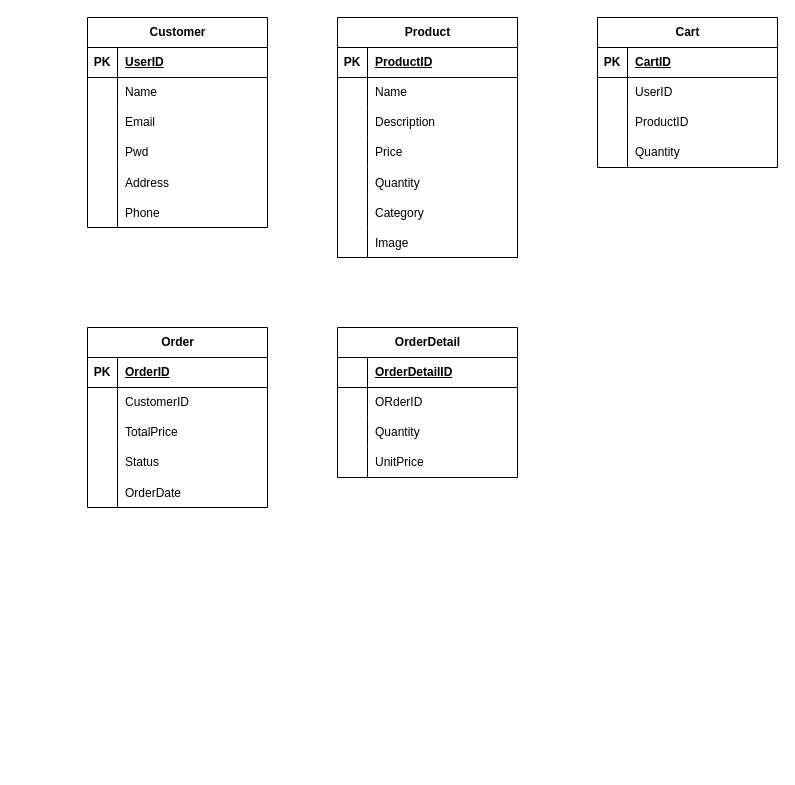
Before: shopping/쇼핑.drawio in JDanmuji/nerdia-diagram, a draw.io diagram. Source tidied: cells renumbered, new cells numbered last; positions are measured from the earlier drawing's top-left corner, leaving out a move shared by most shapes. Both pictures are drawn from the tidied source at 100%, with x=0, y=0 at pixel (87, 17).
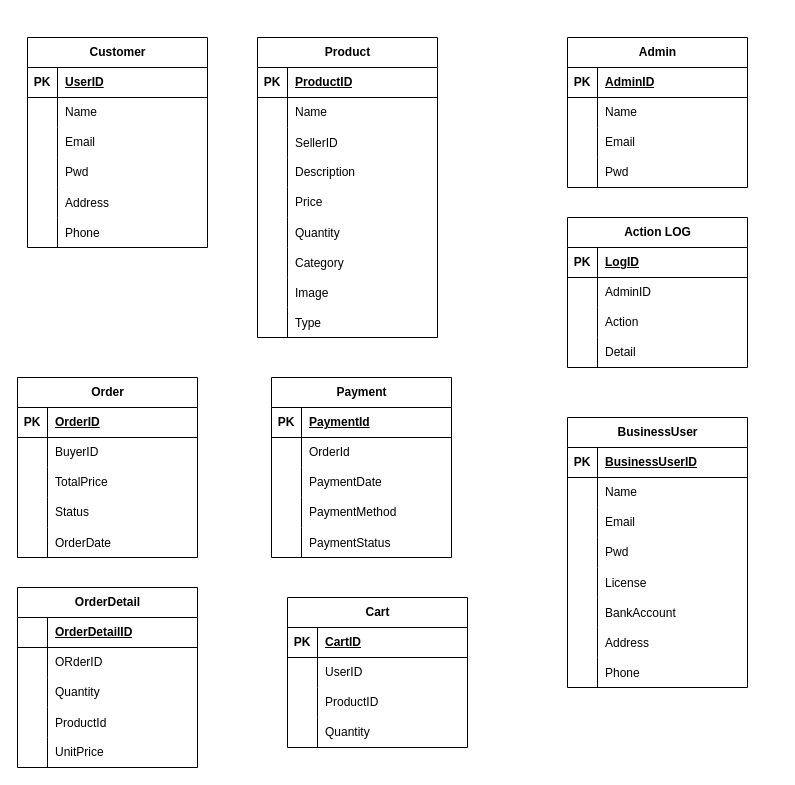
Above is the later version.

Commit message:
쇼핑.drawio 업데이트

The change refers to these unchanged cells:
```xml
<mxCell id="60" style="shape=tableRow;horizontal=0;startSize=0;swimlaneHead=0;swimlaneBody=0;fillColor=none;top=0;left=0;right=0;bottom=0;" parent="56" vertex="1">
  <mxGeometry y="60" width="180" height="30" as="geometry" />
</mxCell>
```

Change to the diagram source:
```diff
@@
     <mxCell id="2" value="Customer" style="shape=table;startSize=30;childLayout=tableLayout;rowLines=0;fontStyle=1;align=center;html=1;" parent="1" vertex="1">
-      <mxGeometry width="180" height="210" as="geometry" />
+      <mxGeometry x="-60" y="20" width="180" height="210" as="geometry" />
     </mxCell>
@@
     <mxCell id="21" value="Product" style="shape=table;startSize=30;childLayout=tableLayout;rowLines=0;fontStyle=1;align=center;html=1;" parent="1" vertex="1">
-      <mxGeometry x="250" width="180" height="240" as="geometry" />
+      <mxGeometry x="170" y="20" width="180" height="300" as="geometry" />
     </mxCell>
@@
+    <mxCell id="85" style="shape=tableRow;horizontal=0;startSize=0;swimlaneHead=0;swimlaneBody=0;fillColor=none;top=0;left=0;right=0;bottom=0;" parent="21" vertex="1">
+      <mxGeometry y="90" width="180" height="30" as="geometry" />
+    </mxCell>
+    <mxCell id="86" style="shape=partialRectangle;fillColor=none;top=0;left=0;bottom=0;right=0;overflow=hidden;" parent="85" vertex="1">
+      <mxGeometry width="30" height="30" as="geometry" />
+    </mxCell>
+    <mxCell id="87" value="SellerID" style="shape=partialRectangle;fillColor=none;top=0;left=0;bottom=0;right=0;align=left;spacingLeft=6;overflow=hidden;" parent="85" vertex="1">
+      <mxGeometry x="30" width="150" height="30" as="geometry" />
+    </mxCell>
     <mxCell id="28" style="shape=tableRow;horizontal=0;startSize=0;swimlaneHead=0;swimlaneBody=0;fillColor=none;top=0;left=0;right=0;bottom=0;" parent="21" vertex="1">
-      <mxGeometry y="90" width="180" height="30" as="geometry" />
+      <mxGeometry y="120" width="180" height="30" as="geometry" />
     </mxCell>
@@
     <mxCell id="31" style="shape=tableRow;horizontal=0;startSize=0;swimlaneHead=0;swimlaneBody=0;fillColor=none;top=0;left=0;right=0;bottom=0;" parent="21" vertex="1">
-      <mxGeometry y="120" width="180" height="30" as="geometry" />
+      <mxGeometry y="150" width="180" height="30" as="geometry" />
     </mxCell>
@@
     <mxCell id="34" style="shape=tableRow;horizontal=0;startSize=0;swimlaneHead=0;swimlaneBody=0;fillColor=none;top=0;left=0;right=0;bottom=0;" parent="21" vertex="1">
-      <mxGeometry y="150" width="180" height="30" as="geometry" />
+      <mxGeometry y="180" width="180" height="30" as="geometry" />
     </mxCell>
@@
     <mxCell id="37" style="shape=tableRow;horizontal=0;startSize=0;swimlaneHead=0;swimlaneBody=0;fillColor=none;top=0;left=0;right=0;bottom=0;" parent="21" vertex="1">
-      <mxGeometry y="180" width="180" height="30" as="geometry" />
+      <mxGeometry y="210" width="180" height="30" as="geometry" />
     </mxCell>
@@
     <mxCell id="40" style="shape=tableRow;horizontal=0;startSize=0;swimlaneHead=0;swimlaneBody=0;fillColor=none;top=0;left=0;right=0;bottom=0;" parent="21" vertex="1">
-      <mxGeometry y="210" width="180" height="30" as="geometry" />
+      <mxGeometry y="240" width="180" height="30" as="geometry" />
     </mxCell>
@@
+    <mxCell id="88" style="shape=tableRow;horizontal=0;startSize=0;swimlaneHead=0;swimlaneBody=0;fillColor=none;top=0;left=0;right=0;bottom=0;" parent="21" vertex="1">
+      <mxGeometry y="270" width="180" height="30" as="geometry" />
+    </mxCell>
+    <mxCell id="89" style="shape=partialRectangle;fillColor=none;top=0;left=0;bottom=0;right=0;overflow=hidden;" parent="88" vertex="1">
+      <mxGeometry width="30" height="30" as="geometry" />
+    </mxCell>
+    <mxCell id="90" value="Type" style="shape=partialRectangle;fillColor=none;top=0;left=0;bottom=0;right=0;align=left;spacingLeft=6;overflow=hidden;" parent="88" vertex="1">
+      <mxGeometry x="30" width="150" height="30" as="geometry" />
+    </mxCell>
     <mxCell id="43" value="Cart" style="shape=table;startSize=30;childLayout=tableLayout;rowLines=0;fontStyle=1;align=center;html=1;" parent="1" vertex="1">
-      <mxGeometry x="510" width="180" height="150" as="geometry" />
+      <mxGeometry x="200" y="580" width="180" height="150" as="geometry" />
     </mxCell>
@@
     <mxCell id="56" value="Order" style="shape=table;startSize=30;childLayout=tableLayout;rowLines=0;fontStyle=1;align=center;html=1;" parent="1" vertex="1">
-      <mxGeometry y="310" width="180" height="180" as="geometry" />
+      <mxGeometry x="-70" y="360" width="180" height="180" as="geometry" />
     </mxCell>
@@
-    <mxCell id="62" value="CustomerID" style="shape=partialRectangle;fillColor=none;top=0;left=0;bottom=0;right=0;align=left;spacingLeft=6;overflow=hidden;whiteSpace=wrap;html=1;" parent="60" vertex="1">
+    <mxCell id="62" value="BuyerID" style="shape=partialRectangle;fillColor=none;top=0;left=0;bottom=0;right=0;align=left;spacingLeft=6;overflow=hidden;whiteSpace=wrap;html=1;" parent="60" vertex="1">
       <mxGeometry x="30" width="150" height="30" as="geometry" />
     </mxCell>
@@
     <mxCell id="72" value="OrderDetail" style="shape=table;startSize=30;childLayout=tableLayout;rowLines=0;fontStyle=1;align=center;html=1;" parent="1" vertex="1">
-      <mxGeometry x="250" y="310" width="180" height="150" as="geometry" />
+      <mxGeometry x="-70" y="570" width="180" height="180" as="geometry" />
     </mxCell>
@@
+    <mxCell id="91" style="shape=tableRow;horizontal=0;startSize=0;swimlaneHead=0;swimlaneBody=0;fillColor=none;top=0;left=0;right=0;bottom=0;" parent="72" vertex="1">
+      <mxGeometry y="120" width="180" height="30" as="geometry" />
+    </mxCell>
+    <mxCell id="92" style="shape=partialRectangle;fillColor=none;top=0;left=0;bottom=0;right=0;overflow=hidden;" parent="91" vertex="1">
+      <mxGeometry width="30" height="30" as="geometry" />
+    </mxCell>
+    <mxCell id="93" value="ProductId" style="shape=partialRectangle;fillColor=none;top=0;left=0;bottom=0;right=0;align=left;spacingLeft=6;overflow=hidden;" parent="91" vertex="1">
+      <mxGeometry x="30" width="150" height="30" as="geometry" />
+    </mxCell>
     <mxCell id="82" style="shape=tableRow;horizontal=0;startSize=0;swimlaneHead=0;swimlaneBody=0;fillColor=none;top=0;left=0;right=0;bottom=0;" parent="72" vertex="1">
-      <mxGeometry y="120" width="180" height="30" as="geometry" />
+      <mxGeometry y="150" width="180" height="30" as="geometry" />
     </mxCell>
@@
+    <mxCell id="94" value="Admin" style="shape=table;startSize=30;childLayout=tableLayout;rowLines=0;fontStyle=1;align=center;html=1;" parent="1" vertex="1">
+      <mxGeometry x="480" y="20" width="180" height="150" as="geometry" />
+    </mxCell>
+    <mxCell id="95" style="shape=tableRow;horizontal=0;startSize=0;swimlaneHead=0;swimlaneBody=0;fillColor=none;top=0;left=0;right=0;bottom=1;" parent="94" vertex="1">
+      <mxGeometry y="30" width="180" height="30" as="geometry" />
+    </mxCell>
+    <mxCell id="96" value="PK" style="shape=partialRectangle;fillColor=none;top=0;left=0;bottom=0;right=0;fontStyle=1;overflow=hidden;whiteSpace=wrap;html=1;" parent="95" vertex="1">
+      <mxGeometry width="30" height="30" as="geometry" />
+    </mxCell>
+    <mxCell id="97" value="AdminID" style="shape=partialRectangle;fillColor=none;top=0;left=0;bottom=0;right=0;align=left;spacingLeft=6;fontStyle=5;overflow=hidden;whiteSpace=wrap;html=1;" parent="95" vertex="1">
+      <mxGeometry x="30" width="150" height="30" as="geometry" />
+    </mxCell>
+    <mxCell id="98" style="shape=tableRow;horizontal=0;startSize=0;swimlaneHead=0;swimlaneBody=0;fillColor=none;top=0;left=0;right=0;bottom=0;" parent="94" vertex="1">
+      <mxGeometry y="60" width="180" height="30" as="geometry" />
+    </mxCell>
+    <mxCell id="99" style="shape=partialRectangle;fillColor=none;top=0;left=0;bottom=0;right=0;overflow=hidden;whiteSpace=wrap;html=1;" parent="98" vertex="1">
+      <mxGeometry width="30" height="30" as="geometry" />
+    </mxCell>
+    <mxCell id="100" value="Name" style="shape=partialRectangle;fillColor=none;top=0;left=0;bottom=0;right=0;align=left;spacingLeft=6;overflow=hidden;whiteSpace=wrap;html=1;" parent="98" vertex="1">
+      <mxGeometry x="30" width="150" height="30" as="geometry" />
+    </mxCell>
+    <mxCell id="101" style="shape=tableRow;horizontal=0;startSize=0;swimlaneHead=0;swimlaneBody=0;fillColor=none;top=0;left=0;right=0;bottom=0;" parent="94" vertex="1">
+      <mxGeometry y="90" width="180" height="30" as="geometry" />
+    </mxCell>
+    <mxCell id="102" style="shape=partialRectangle;fillColor=none;top=0;left=0;bottom=0;right=0;overflow=hidden;whiteSpace=wrap;html=1;" parent="101" vertex="1">
+      <mxGeometry width="30" height="30" as="geometry" />
+    </mxCell>
+    <mxCell id="103" value="Email" style="shape=partialRectangle;fillColor=none;top=0;left=0;bottom=0;right=0;align=left;spacingLeft=6;overflow=hidden;whiteSpace=wrap;html=1;" parent="101" vertex="1">
+      <mxGeometry x="30" width="150" height="30" as="geometry" />
+    </mxCell>
+    <mxCell id="104" style="shape=tableRow;horizontal=0;startSize=0;swimlaneHead=0;swimlaneBody=0;fillColor=none;top=0;left=0;right=0;bottom=0;" parent="94" vertex="1">
+      <mxGeometry y="120" width="180" height="30" as="geometry" />
+    </mxCell>
+    <mxCell id="105" style="shape=partialRectangle;fillColor=none;top=0;left=0;bottom=0;right=0;overflow=hidden;whiteSpace=wrap;html=1;" parent="104" vertex="1">
+      <mxGeometry width="30" height="30" as="geometry" />
+    </mxCell>
+    <mxCell id="106" value="Pwd" style="shape=partialRectangle;fillColor=none;top=0;left=0;bottom=0;right=0;align=left;spacingLeft=6;overflow=hidden;whiteSpace=wrap;html=1;" parent="104" vertex="1">
+      <mxGeometry x="30" width="150" height="30" as="geometry" />
+    </mxCell>
+    <mxCell id="107" value="Action LOG" style="shape=table;startSize=30;childLayout=tableLayout;rowLines=0;fontStyle=1;align=center;html=1;" parent="1" vertex="1">
+      <mxGeometry x="480" y="200" width="180" height="150" as="geometry" />
+    </mxCell>
+    <mxCell id="108" style="shape=tableRow;horizontal=0;startSize=0;swimlaneHead=0;swimlaneBody=0;fillColor=none;top=0;left=0;right=0;bottom=1;" parent="107" vertex="1">
+      <mxGeometry y="30" width="180" height="30" as="geometry" />
+    </mxCell>
+    <mxCell id="109" value="PK" style="shape=partialRectangle;fillColor=none;top=0;left=0;bottom=0;right=0;fontStyle=1;overflow=hidden;whiteSpace=wrap;html=1;" parent="108" vertex="1">
+      <mxGeometry width="30" height="30" as="geometry" />
+    </mxCell>
+    <mxCell id="110" value="LogID" style="shape=partialRectangle;fillColor=none;top=0;left=0;bottom=0;right=0;align=left;spacingLeft=6;fontStyle=5;overflow=hidden;whiteSpace=wrap;html=1;" parent="108" vertex="1">
+      <mxGeometry x="30" width="150" height="30" as="geometry" />
+    </mxCell>
+    <mxCell id="111" style="shape=tableRow;horizontal=0;startSize=0;swimlaneHead=0;swimlaneBody=0;fillColor=none;top=0;left=0;right=0;bottom=0;" parent="107" vertex="1">
+      <mxGeometry y="60" width="180" height="30" as="geometry" />
+    </mxCell>
+    <mxCell id="112" style="shape=partialRectangle;fillColor=none;top=0;left=0;bottom=0;right=0;overflow=hidden;whiteSpace=wrap;html=1;" parent="111" vertex="1">
+      <mxGeometry width="30" height="30" as="geometry" />
+    </mxCell>
+    <mxCell id="113" value="AdminID" style="shape=partialRectangle;fillColor=none;top=0;left=0;bottom=0;right=0;align=left;spacingLeft=6;overflow=hidden;whiteSpace=wrap;html=1;" parent="111" vertex="1">
+      <mxGeometry x="30" width="150" height="30" as="geometry" />
+    </mxCell>
+    <mxCell id="114" style="shape=tableRow;horizontal=0;startSize=0;swimlaneHead=0;swimlaneBody=0;fillColor=none;top=0;left=0;right=0;bottom=0;" parent="107" vertex="1">
+      <mxGeometry y="90" width="180" height="30" as="geometry" />
+    </mxCell>
+    <mxCell id="115" style="shape=partialRectangle;fillColor=none;top=0;left=0;bottom=0;right=0;overflow=hidden;whiteSpace=wrap;html=1;" parent="114" vertex="1">
+      <mxGeometry width="30" height="30" as="geometry" />
+    </mxCell>
+    <mxCell id="116" value="Action" style="shape=partialRectangle;fillColor=none;top=0;left=0;bottom=0;right=0;align=left;spacingLeft=6;overflow=hidden;whiteSpace=wrap;html=1;" parent="114" vertex="1">
+      <mxGeometry x="30" width="150" height="30" as="geometry" />
+    </mxCell>
+    <mxCell id="117" style="shape=tableRow;horizontal=0;startSize=0;swimlaneHead=0;swimlaneBody=0;fillColor=none;top=0;left=0;right=0;bottom=0;" parent="107" vertex="1">
+      <mxGeometry y="120" width="180" height="30" as="geometry" />
+    </mxCell>
+    <mxCell id="118" style="shape=partialRectangle;fillColor=none;top=0;left=0;bottom=0;right=0;overflow=hidden;whiteSpace=wrap;html=1;" parent="117" vertex="1">
+      <mxGeometry width="30" height="30" as="geometry" />
+    </mxCell>
+    <mxCell id="119" value="Detail" style="shape=partialRectangle;fillColor=none;top=0;left=0;bottom=0;right=0;align=left;spacingLeft=6;overflow=hidden;whiteSpace=wrap;html=1;" parent="117" vertex="1">
+      <mxGeometry x="30" width="150" height="30" as="geometry" />
+    </mxCell>
+    <mxCell id="120" value="BusinessUser" style="shape=table;startSize=30;childLayout=tableLayout;rowLines=0;fontStyle=1;align=center;html=1;" parent="1" vertex="1">
+      <mxGeometry x="480" y="400" width="180" height="270" as="geometry" />
+    </mxCell>
+    <mxCell id="121" style="shape=tableRow;horizontal=0;startSize=0;swimlaneHead=0;swimlaneBody=0;fillColor=none;top=0;left=0;right=0;bottom=1;" parent="120" vertex="1">
+      <mxGeometry y="30" width="180" height="30" as="geometry" />
+    </mxCell>
+    <mxCell id="122" value="PK" style="shape=partialRectangle;fillColor=none;top=0;left=0;bottom=0;right=0;fontStyle=1;overflow=hidden;whiteSpace=wrap;html=1;" parent="121" vertex="1">
+      <mxGeometry width="30" height="30" as="geometry" />
+    </mxCell>
+    <mxCell id="123" value="&lt;span style=&quot;text-align: center; text-wrap: nowrap;&quot;&gt;BusinessUserID&lt;/span&gt;" style="shape=partialRectangle;fillColor=none;top=0;left=0;bottom=0;right=0;align=left;spacingLeft=6;fontStyle=5;overflow=hidden;whiteSpace=wrap;html=1;" parent="121" vertex="1">
+      <mxGeometry x="30" width="150" height="30" as="geometry" />
+    </mxCell>
+    <mxCell id="124" style="shape=tableRow;horizontal=0;startSize=0;swimlaneHead=0;swimlaneBody=0;fillColor=none;top=0;left=0;right=0;bottom=0;" parent="120" vertex="1">
+      <mxGeometry y="60" width="180" height="30" as="geometry" />
+    </mxCell>
+    <mxCell id="125" style="shape=partialRectangle;fillColor=none;top=0;left=0;bottom=0;right=0;overflow=hidden;whiteSpace=wrap;html=1;" parent="124" vertex="1">
+      <mxGeometry width="30" height="30" as="geometry" />
+    </mxCell>
+    <mxCell id="126" value="Name" style="shape=partialRectangle;fillColor=none;top=0;left=0;bottom=0;right=0;align=left;spacingLeft=6;overflow=hidden;whiteSpace=wrap;html=1;" parent="124" vertex="1">
+      <mxGeometry x="30" width="150" height="30" as="geometry" />
+    </mxCell>
+    <mxCell id="127" style="shape=tableRow;horizontal=0;startSize=0;swimlaneHead=0;swimlaneBody=0;fillColor=none;top=0;left=0;right=0;bottom=0;" parent="120" vertex="1">
+      <mxGeometry y="90" width="180" height="30" as="geometry" />
+    </mxCell>
+    <mxCell id="128" style="shape=partialRectangle;fillColor=none;top=0;left=0;bottom=0;right=0;overflow=hidden;whiteSpace=wrap;html=1;" parent="127" vertex="1">
+      <mxGeometry width="30" height="30" as="geometry" />
+    </mxCell>
+    <mxCell id="129" value="Email" style="shape=partialRectangle;fillColor=none;top=0;left=0;bottom=0;right=0;align=left;spacingLeft=6;overflow=hidden;whiteSpace=wrap;html=1;" parent="127" vertex="1">
+      <mxGeometry x="30" width="150" height="30" as="geometry" />
+    </mxCell>
+    <mxCell id="130" style="shape=tableRow;horizontal=0;startSize=0;swimlaneHead=0;swimlaneBody=0;fillColor=none;top=0;left=0;right=0;bottom=0;" parent="120" vertex="1">
+      <mxGeometry y="120" width="180" height="30" as="geometry" />
+    </mxCell>
+    <mxCell id="131" style="shape=partialRectangle;fillColor=none;top=0;left=0;bottom=0;right=0;overflow=hidden;whiteSpace=wrap;html=1;" parent="130" vertex="1">
+      <mxGeometry width="30" height="30" as="geometry" />
+    </mxCell>
+    <mxCell id="132" value="Pwd" style="shape=partialRectangle;fillColor=none;top=0;left=0;bottom=0;right=0;align=left;spacingLeft=6;overflow=hidden;whiteSpace=wrap;html=1;" parent="130" vertex="1">
+      <mxGeometry x="30" width="150" height="30" as="geometry" />
+    </mxCell>
+    <mxCell id="133" style="shape=tableRow;horizontal=0;startSize=0;swimlaneHead=0;swimlaneBody=0;fillColor=none;top=0;left=0;right=0;bottom=0;" parent="120" vertex="1">
+      <mxGeometry y="150" width="180" height="30" as="geometry" />
+    </mxCell>
+    <mxCell id="134" style="shape=partialRectangle;fillColor=none;top=0;left=0;bottom=0;right=0;overflow=hidden;" parent="133" vertex="1">
+      <mxGeometry width="30" height="30" as="geometry" />
+    </mxCell>
+    <mxCell id="135" value="License" style="shape=partialRectangle;fillColor=none;top=0;left=0;bottom=0;right=0;align=left;spacingLeft=6;overflow=hidden;" parent="133" vertex="1">
+      <mxGeometry x="30" width="150" height="30" as="geometry" />
+    </mxCell>
+    <mxCell id="136" style="shape=tableRow;horizontal=0;startSize=0;swimlaneHead=0;swimlaneBody=0;fillColor=none;top=0;left=0;right=0;bottom=0;" parent="120" vertex="1">
+      <mxGeometry y="180" width="180" height="30" as="geometry" />
+    </mxCell>
+    <mxCell id="137" style="shape=partialRectangle;fillColor=none;top=0;left=0;bottom=0;right=0;overflow=hidden;" parent="136" vertex="1">
+      <mxGeometry width="30" height="30" as="geometry" />
+    </mxCell>
+    <mxCell id="138" value="BankAccount" style="shape=partialRectangle;fillColor=none;top=0;left=0;bottom=0;right=0;align=left;spacingLeft=6;overflow=hidden;" parent="136" vertex="1">
+      <mxGeometry x="30" width="150" height="30" as="geometry" />
+    </mxCell>
+    <mxCell id="139" style="shape=tableRow;horizontal=0;startSize=0;swimlaneHead=0;swimlaneBody=0;fillColor=none;top=0;left=0;right=0;bottom=0;" parent="120" vertex="1">
+      <mxGeometry y="210" width="180" height="30" as="geometry" />
+    </mxCell>
+    <mxCell id="140" style="shape=partialRectangle;fillColor=none;top=0;left=0;bottom=0;right=0;overflow=hidden;" parent="139" vertex="1">
+      <mxGeometry width="30" height="30" as="geometry" />
+    </mxCell>
+    <mxCell id="141" value="Address" style="shape=partialRectangle;fillColor=none;top=0;left=0;bottom=0;right=0;align=left;spacingLeft=6;overflow=hidden;" parent="139" vertex="1">
+      <mxGeometry x="30" width="150" height="30" as="geometry" />
+    </mxCell>
+    <mxCell id="142" style="shape=tableRow;horizontal=0;startSize=0;swimlaneHead=0;swimlaneBody=0;fillColor=none;top=0;left=0;right=0;bottom=0;" parent="120" vertex="1">
+      <mxGeometry y="240" width="180" height="30" as="geometry" />
+    </mxCell>
+    <mxCell id="143" style="shape=partialRectangle;fillColor=none;top=0;left=0;bottom=0;right=0;overflow=hidden;" parent="142" vertex="1">
+      <mxGeometry width="30" height="30" as="geometry" />
+    </mxCell>
+    <mxCell id="144" value="Phone" style="shape=partialRectangle;fillColor=none;top=0;left=0;bottom=0;right=0;align=left;spacingLeft=6;overflow=hidden;" parent="142" vertex="1">
+      <mxGeometry x="30" width="150" height="30" as="geometry" />
+    </mxCell>
+    <mxCell id="145" value="Payment" style="shape=table;startSize=30;childLayout=tableLayout;rowLines=0;fontStyle=1;align=center;html=1;" parent="1" vertex="1">
+      <mxGeometry x="184" y="360" width="180" height="180" as="geometry" />
+    </mxCell>
+    <mxCell id="146" style="shape=tableRow;horizontal=0;startSize=0;swimlaneHead=0;swimlaneBody=0;fillColor=none;top=0;left=0;right=0;bottom=1;" parent="145" vertex="1">
+      <mxGeometry y="30" width="180" height="30" as="geometry" />
+    </mxCell>
+    <mxCell id="147" value="PK" style="shape=partialRectangle;fillColor=none;top=0;left=0;bottom=0;right=0;fontStyle=1;overflow=hidden;whiteSpace=wrap;html=1;" parent="146" vertex="1">
+      <mxGeometry width="30" height="30" as="geometry" />
+    </mxCell>
+    <mxCell id="148" value="PaymentId" style="shape=partialRectangle;fillColor=none;top=0;left=0;bottom=0;right=0;align=left;spacingLeft=6;fontStyle=5;overflow=hidden;whiteSpace=wrap;html=1;" parent="146" vertex="1">
+      <mxGeometry x="30" width="150" height="30" as="geometry" />
+    </mxCell>
+    <mxCell id="149" style="shape=tableRow;horizontal=0;startSize=0;swimlaneHead=0;swimlaneBody=0;fillColor=none;top=0;left=0;right=0;bottom=0;" parent="145" vertex="1">
+      <mxGeometry y="60" width="180" height="30" as="geometry" />
+    </mxCell>
+    <mxCell id="150" style="shape=partialRectangle;fillColor=none;top=0;left=0;bottom=0;right=0;overflow=hidden;whiteSpace=wrap;html=1;" parent="149" vertex="1">
+      <mxGeometry width="30" height="30" as="geometry" />
+    </mxCell>
+    <mxCell id="151" value="OrderId" style="shape=partialRectangle;fillColor=none;top=0;left=0;bottom=0;right=0;align=left;spacingLeft=6;overflow=hidden;whiteSpace=wrap;html=1;" parent="149" vertex="1">
+      <mxGeometry x="30" width="150" height="30" as="geometry" />
+    </mxCell>
+    <mxCell id="152" style="shape=tableRow;horizontal=0;startSize=0;swimlaneHead=0;swimlaneBody=0;fillColor=none;top=0;left=0;right=0;bottom=0;" parent="145" vertex="1">
+      <mxGeometry y="90" width="180" height="30" as="geometry" />
+    </mxCell>
+    <mxCell id="153" style="shape=partialRectangle;fillColor=none;top=0;left=0;bottom=0;right=0;overflow=hidden;whiteSpace=wrap;html=1;" parent="152" vertex="1">
+      <mxGeometry width="30" height="30" as="geometry" />
+    </mxCell>
+    <mxCell id="154" value="PaymentDate" style="shape=partialRectangle;fillColor=none;top=0;left=0;bottom=0;right=0;align=left;spacingLeft=6;overflow=hidden;whiteSpace=wrap;html=1;" parent="152" vertex="1">
+      <mxGeometry x="30" width="150" height="30" as="geometry" />
+    </mxCell>
+    <mxCell id="155" style="shape=tableRow;horizontal=0;startSize=0;swimlaneHead=0;swimlaneBody=0;fillColor=none;top=0;left=0;right=0;bottom=0;" parent="145" vertex="1">
+      <mxGeometry y="120" width="180" height="30" as="geometry" />
+    </mxCell>
+    <mxCell id="156" style="shape=partialRectangle;fillColor=none;top=0;left=0;bottom=0;right=0;overflow=hidden;whiteSpace=wrap;html=1;" parent="155" vertex="1">
+      <mxGeometry width="30" height="30" as="geometry" />
+    </mxCell>
+    <mxCell id="157" value="PaymentMethod" style="shape=partialRectangle;fillColor=none;top=0;left=0;bottom=0;right=0;align=left;spacingLeft=6;overflow=hidden;whiteSpace=wrap;html=1;" parent="155" vertex="1">
+      <mxGeometry x="30" width="150" height="30" as="geometry" />
+    </mxCell>
+    <mxCell id="158" style="shape=tableRow;horizontal=0;startSize=0;swimlaneHead=0;swimlaneBody=0;fillColor=none;top=0;left=0;right=0;bottom=0;" parent="145" vertex="1">
+      <mxGeometry y="150" width="180" height="30" as="geometry" />
+    </mxCell>
+    <mxCell id="159" style="shape=partialRectangle;fillColor=none;top=0;left=0;bottom=0;right=0;overflow=hidden;" parent="158" vertex="1">
+      <mxGeometry width="30" height="30" as="geometry" />
+    </mxCell>
+    <mxCell id="160" value="PaymentStatus" style="shape=partialRectangle;fillColor=none;top=0;left=0;bottom=0;right=0;align=left;spacingLeft=6;overflow=hidden;" parent="158" vertex="1">
+      <mxGeometry x="30" width="150" height="30" as="geometry" />
+    </mxCell>
```
